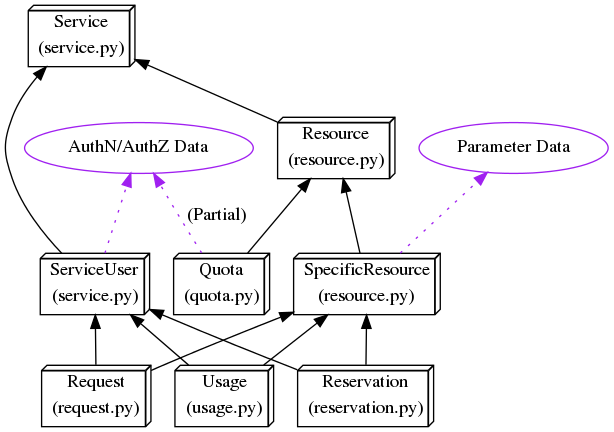
klmitch/boson keeps this Graphviz diagram as doc/data-model.png. Above is the earlier version. Its source is kept beside it as doc/source/data-model.dot. The source it was exported from:
```dot
digraph "data-model" {
	rankdir="BT";
	node [shape="box3d"];

	quota [label="Quota\n(quota.py)"];
	request [label="Request\n(request.py)"];
	reservation [label="Reservation\n(reservation.py)"];
	resource [label="Resource\n(resource.py)"];
	spc_resource [label="SpecificResource\n(resource.py)"];
	service [label="Service\n(service.py)"];
	svc_user [label="ServiceUser\n(service.py)"];
	usage [label="Usage\n(usage.py)"];

	auth_data [label="AuthN/AuthZ Data",shape="oval",color="purple"];
	param_data [label="Parameter Data",shape="oval",color="purple"];

	quota -> resource;
	quota -> auth_data [label="(Partial)",style="dotted",color="purple"];

	request -> svc_user;
	request -> spc_resource;

	reservation -> svc_user;
	reservation -> spc_resource;

	resource -> service;
	spc_resource -> resource;
	spc_resource -> param_data [style="dotted",color="purple"];

	svc_user -> service;
	svc_user -> auth_data [style="dotted",color="purple"];

	usage -> spc_resource;
	usage -> svc_user;
}
```
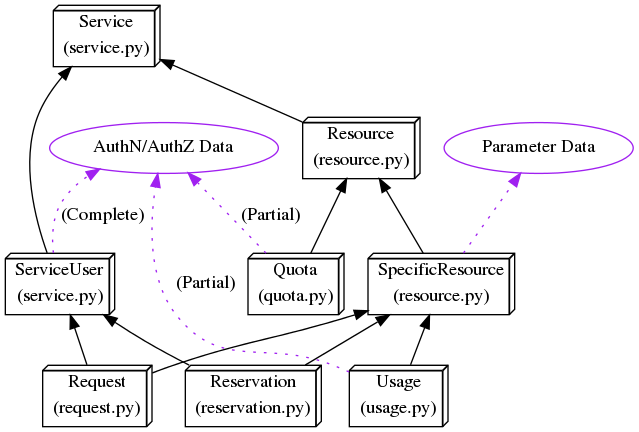
Above is the later version.

Commit message:
Updates to data model

What changed in the source:
```diff
@@ -28,8 +28,8 @@
 	spc_resource -> param_data [style="dotted",color="purple"];
 
 	svc_user -> service;
-	svc_user -> auth_data [style="dotted",color="purple"];
+	svc_user -> auth_data [label="(Complete)",style="dotted",color="purple"];
 
 	usage -> spc_resource;
-	usage -> svc_user;
+	usage -> auth_data [label="(Partial)",style="dotted",color="purple"];
 }
```
